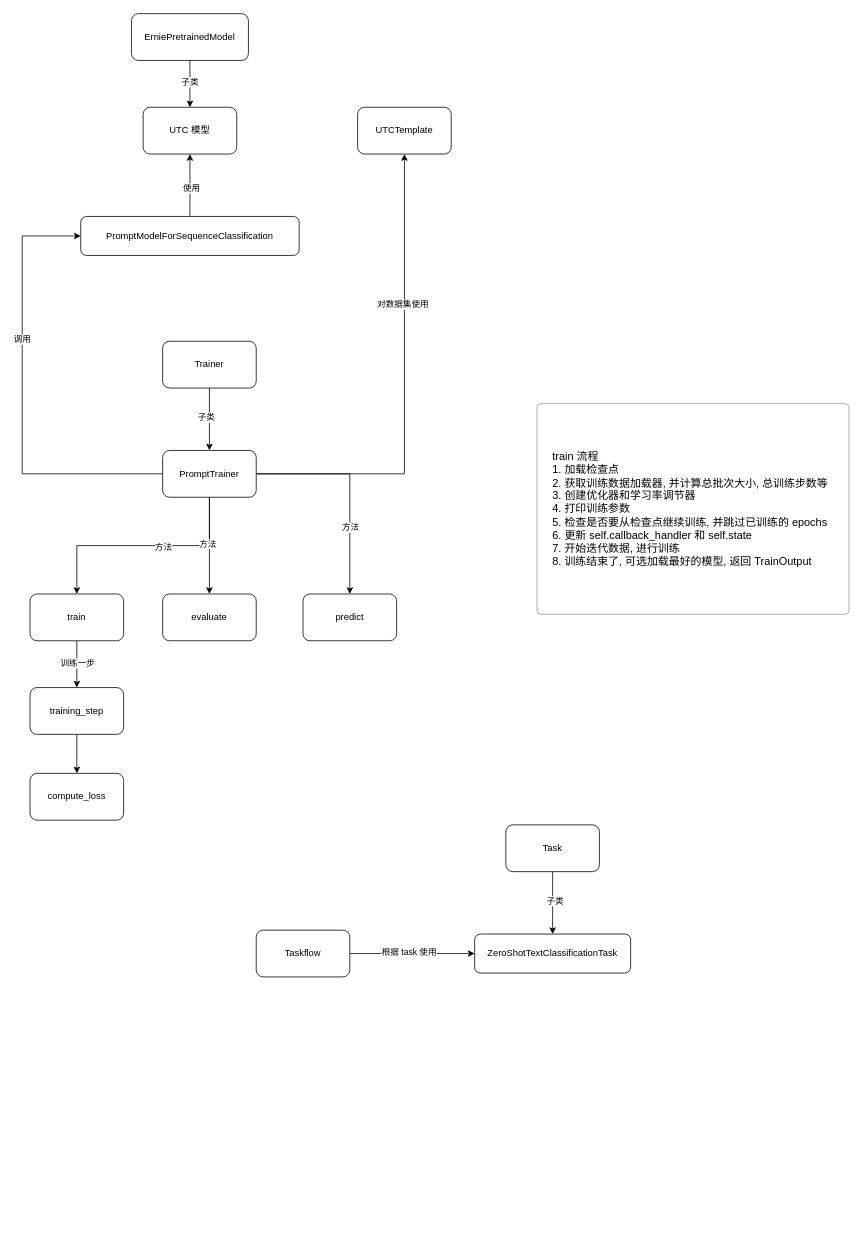
Earlier version of the draw.io diagram applications/zero_shot_text_classification/paddlenlp.drawio (zhenhua32/PaddleNLP). Source tidied: cells renumbered, new cells numbered last; positions are measured from the earlier drawing's top-left corner, leaving out a move shared by most shapes. Both pictures are drawn from the tidied source at 78%, with x=0, y=0 at pixel (22, 13).
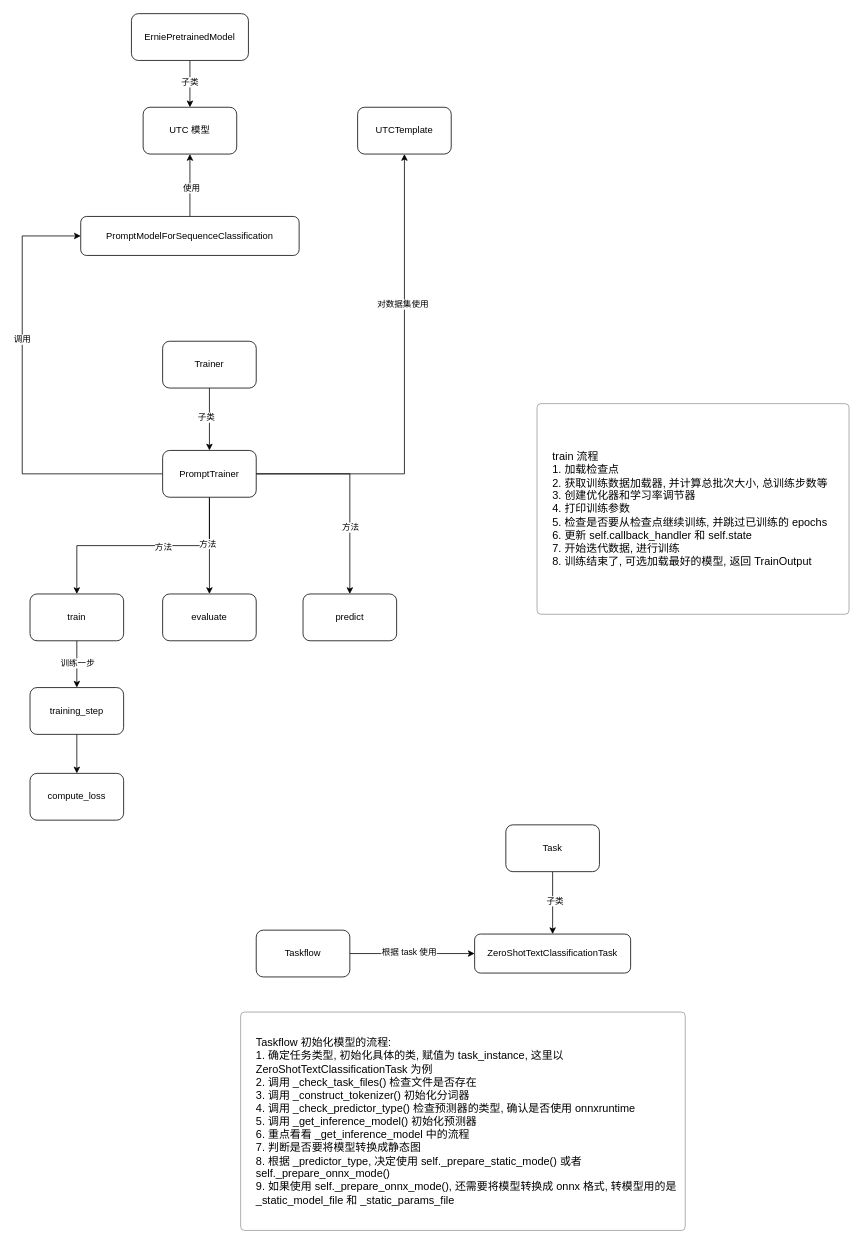
The same page after the edit.

Change to the diagram source:
```diff
@@
+    <mxCell id="40" value="&lt;font color=&quot;#000000&quot;&gt;&lt;div&gt;Taskflow 初始化模型的流程:&lt;/div&gt;&lt;div&gt;1. 确定任务类型, 初始化具体的类, 赋值为 task_instance, 这里以 ZeroShotTextClassificationTask 为例&lt;/div&gt;&lt;div&gt;2. 调用 _check_task_files() 检查文件是否存在&lt;/div&gt;&lt;div&gt;3. 调用 _construct_tokenizer() 初始化分词器&lt;/div&gt;&lt;div&gt;4. 调用 _check_predictor_type() 检查预测器的类型, 确认是否使用 onnxruntime&lt;/div&gt;&lt;div&gt;5. 调用 _get_inference_model() 初始化预测器&lt;/div&gt;&lt;div&gt;6. 重点看看 _get_inference_model 中的流程&lt;/div&gt;&lt;div&gt;7. 判断是否要将模型转换成静态图&lt;/div&gt;&lt;div&gt;8. 根据 _predictor_type, 决定使用 self._prepare_static_mode() 或者 self._prepare_onnx_mode()&lt;/div&gt;&lt;div&gt;9. 如果使用 self._prepare_onnx_mode(), 还需要将模型转换成 onnx 格式, 转模型用的是 _static_model_file 和 _static_params_file&lt;/div&gt;&lt;/font&gt;" style="html=1;shadow=0;dashed=0;shape=mxgraph.bootstrap.rrect;rSize=5;strokeColor=#999999;strokeWidth=1;fillColor=#FFFFFF;fontColor=#6C767D;whiteSpace=wrap;align=left;verticalAlign=middle;spacingLeft=10;fontSize=14;spacing=10;" parent="1" vertex="1">
+      <mxGeometry x="280" y="1280" width="570" height="280" as="geometry" />
+    </mxCell>
```
